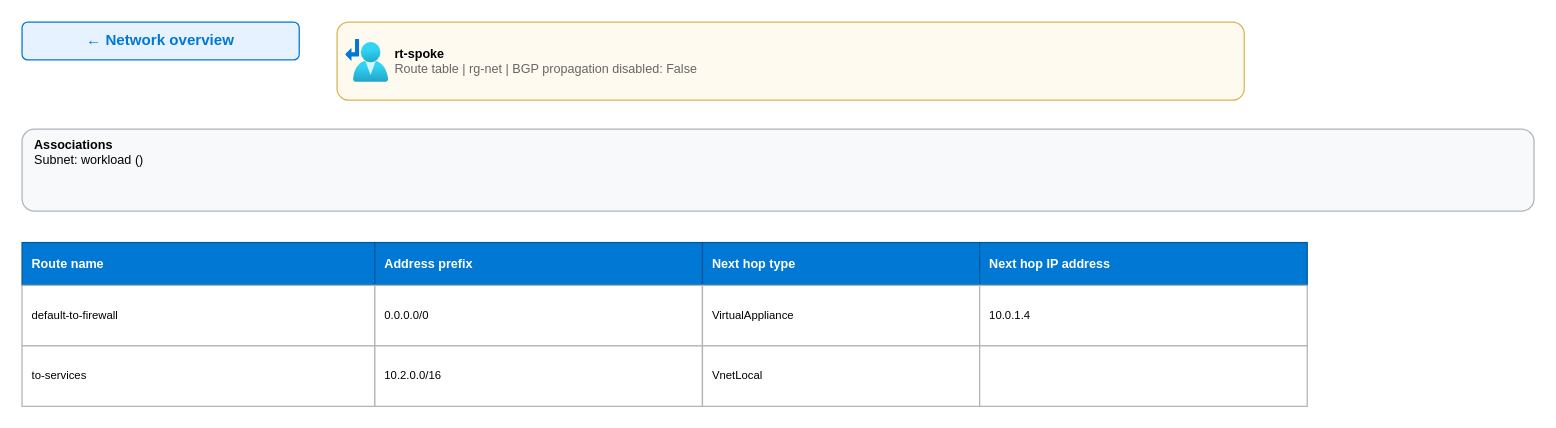
zh54321/VNetAtlas keeps this draw.io diagram as page "Routes - rt-spoke" (9 of 10) of sample-network.drawio. Above is the earlier version. Source tidied: cells renumbered, new cells numbered last; positions are measured from the earlier drawing's top-left corner, leaving out a move shared by most shapes. Both pictures are drawn from the tidied source at 126%, with x=0, y=0 at pixel (21, 21).
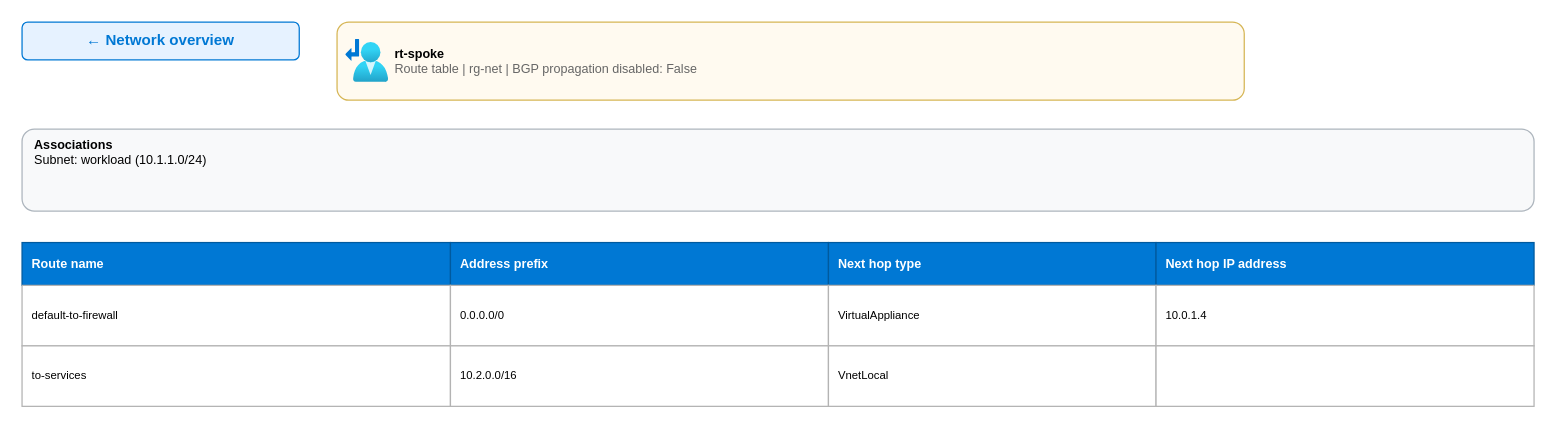
After the change.

The edit, as a diff of the source:
```diff
@@
 <mxGraphModel>
   <root>
     <mxCell id="0" />
     <mxCell id="1" parent="0" />
     <mxCell id="2" value="&amp;#8592; Network overview" style="rounded=1;whiteSpace=wrap;html=1;fillColor=#e6f2ff;strokeColor=#0078d4;fontColor=#0078d4;fontStyle=1;" parent="1" vertex="1">
       <mxGeometry width="220" height="30" as="geometry" />
     </mxCell>
     <mxCell id="3" value="&lt;b&gt;rt-spoke&lt;/b&gt;&lt;br&gt;&lt;font color='#666666'&gt;Route table | rg-net | BGP propagation disabled: False&lt;/font&gt;" style="shape=label;rounded=1;whiteSpace=wrap;html=1;image=img/lib/azure2/networking/Route_Tables.svg;imageWidth=34;imageHeight=34;imageAlign=left;imageVerticalAlign=middle;spacingLeft=44;align=left;verticalAlign=middle;fillColor=#fffaf0;strokeColor=#d6b656;fontSize=10;overflow=hidden;" parent="1" vertex="1">
       <mxGeometry x="250" width="720" height="62" as="geometry" />
     </mxCell>
-    <mxCell id="4" value="&lt;b&gt;Associations&lt;/b&gt;&lt;br&gt;Subnet: workload ()" style="rounded=1;whiteSpace=wrap;html=1;fillColor=#f8f9fa;strokeColor=#adb5bd;fontSize=10;align=left;spacingLeft=8;verticalAlign=top;" parent="1" vertex="1">
+    <mxCell id="4" value="&lt;b&gt;Associations&lt;/b&gt;&lt;br&gt;Subnet: workload (10.1.1.0/24)" style="rounded=1;whiteSpace=wrap;html=1;fillColor=#f8f9fa;strokeColor=#adb5bd;fontSize=10;align=left;spacingLeft=8;verticalAlign=top;" parent="1" vertex="1">
       <mxGeometry y="85" width="1200" height="65" as="geometry" />
     </mxCell>
     <mxCell id="5" value="Route name" style="rounded=0;whiteSpace=wrap;html=1;fillColor=#0078d4;strokeColor=#005a9e;fontColor=#ffffff;fontStyle=1;fontSize=10;align=left;spacingLeft=6;" parent="1" vertex="1">
-      <mxGeometry y="175" width="280" height="34" as="geometry" />
+      <mxGeometry y="175" width="340" height="34" as="geometry" />
     </mxCell>
     <mxCell id="6" value="Address prefix" style="rounded=0;whiteSpace=wrap;html=1;fillColor=#0078d4;strokeColor=#005a9e;fontColor=#ffffff;fontStyle=1;fontSize=10;align=left;spacingLeft=6;" parent="1" vertex="1">
-      <mxGeometry x="280" y="175" width="260" height="34" as="geometry" />
+      <mxGeometry x="340" y="175" width="300" height="34" as="geometry" />
     </mxCell>
     <mxCell id="7" value="Next hop type" style="rounded=0;whiteSpace=wrap;html=1;fillColor=#0078d4;strokeColor=#005a9e;fontColor=#ffffff;fontStyle=1;fontSize=10;align=left;spacingLeft=6;" parent="1" vertex="1">
-      <mxGeometry x="540" y="175" width="220" height="34" as="geometry" />
+      <mxGeometry x="640" y="175" width="260" height="34" as="geometry" />
     </mxCell>
     <mxCell id="8" value="Next hop IP address" style="rounded=0;whiteSpace=wrap;html=1;fillColor=#0078d4;strokeColor=#005a9e;fontColor=#ffffff;fontStyle=1;fontSize=10;align=left;spacingLeft=6;" parent="1" vertex="1">
-      <mxGeometry x="760" y="175" width="260" height="34" as="geometry" />
+      <mxGeometry x="900" y="175" width="300" height="34" as="geometry" />
     </mxCell>
     <mxCell id="9" value="default-to-firewall" style="rounded=0;whiteSpace=wrap;html=1;fillColor=#ffffff;strokeColor=#b3b3b3;fontSize=9;align=left;spacingLeft=6;overflow=hidden;" parent="1" vertex="1">
-      <mxGeometry y="209" width="280" height="48" as="geometry" />
+      <mxGeometry y="209" width="340" height="48" as="geometry" />
     </mxCell>
     <mxCell id="10" value="0.0.0.0/0" style="rounded=0;whiteSpace=wrap;html=1;fillColor=#ffffff;strokeColor=#b3b3b3;fontSize=9;align=left;spacingLeft=6;overflow=hidden;" parent="1" vertex="1">
-      <mxGeometry x="280" y="209" width="260" height="48" as="geometry" />
+      <mxGeometry x="340" y="209" width="300" height="48" as="geometry" />
     </mxCell>
     <mxCell id="11" value="VirtualAppliance" style="rounded=0;whiteSpace=wrap;html=1;fillColor=#ffffff;strokeColor=#b3b3b3;fontSize=9;align=left;spacingLeft=6;overflow=hidden;" parent="1" vertex="1">
-      <mxGeometry x="540" y="209" width="220" height="48" as="geometry" />
+      <mxGeometry x="640" y="209" width="260" height="48" as="geometry" />
     </mxCell>
     <mxCell id="12" value="10.0.1.4" style="rounded=0;whiteSpace=wrap;html=1;fillColor=#ffffff;strokeColor=#b3b3b3;fontSize=9;align=left;spacingLeft=6;overflow=hidden;" parent="1" vertex="1">
-      <mxGeometry x="760" y="209" width="260" height="48" as="geometry" />
+      <mxGeometry x="900" y="209" width="300" height="48" as="geometry" />
     </mxCell>
     <mxCell id="13" value="to-services" style="rounded=0;whiteSpace=wrap;html=1;fillColor=#ffffff;strokeColor=#b3b3b3;fontSize=9;align=left;spacingLeft=6;overflow=hidden;" parent="1" vertex="1">
-      <mxGeometry y="257" width="280" height="48" as="geometry" />
+      <mxGeometry y="257" width="340" height="48" as="geometry" />
     </mxCell>
     <mxCell id="14" value="10.2.0.0/16" style="rounded=0;whiteSpace=wrap;html=1;fillColor=#ffffff;strokeColor=#b3b3b3;fontSize=9;align=left;spacingLeft=6;overflow=hidden;" parent="1" vertex="1">
-      <mxGeometry x="280" y="257" width="260" height="48" as="geometry" />
+      <mxGeometry x="340" y="257" width="300" height="48" as="geometry" />
     </mxCell>
     <mxCell id="15" value="VnetLocal" style="rounded=0;whiteSpace=wrap;html=1;fillColor=#ffffff;strokeColor=#b3b3b3;fontSize=9;align=left;spacingLeft=6;overflow=hidden;" parent="1" vertex="1">
-      <mxGeometry x="540" y="257" width="220" height="48" as="geometry" />
+      <mxGeometry x="640" y="257" width="260" height="48" as="geometry" />
     </mxCell>
     <mxCell id="16" style="rounded=0;whiteSpace=wrap;html=1;fillColor=#ffffff;strokeColor=#b3b3b3;fontSize=9;align=left;spacingLeft=6;overflow=hidden;" parent="1" vertex="1">
-      <mxGeometry x="760" y="257" width="260" height="48" as="geometry" />
+      <mxGeometry x="900" y="257" width="300" height="48" as="geometry" />
     </mxCell>
   </root>
 </mxGraphModel>
```
